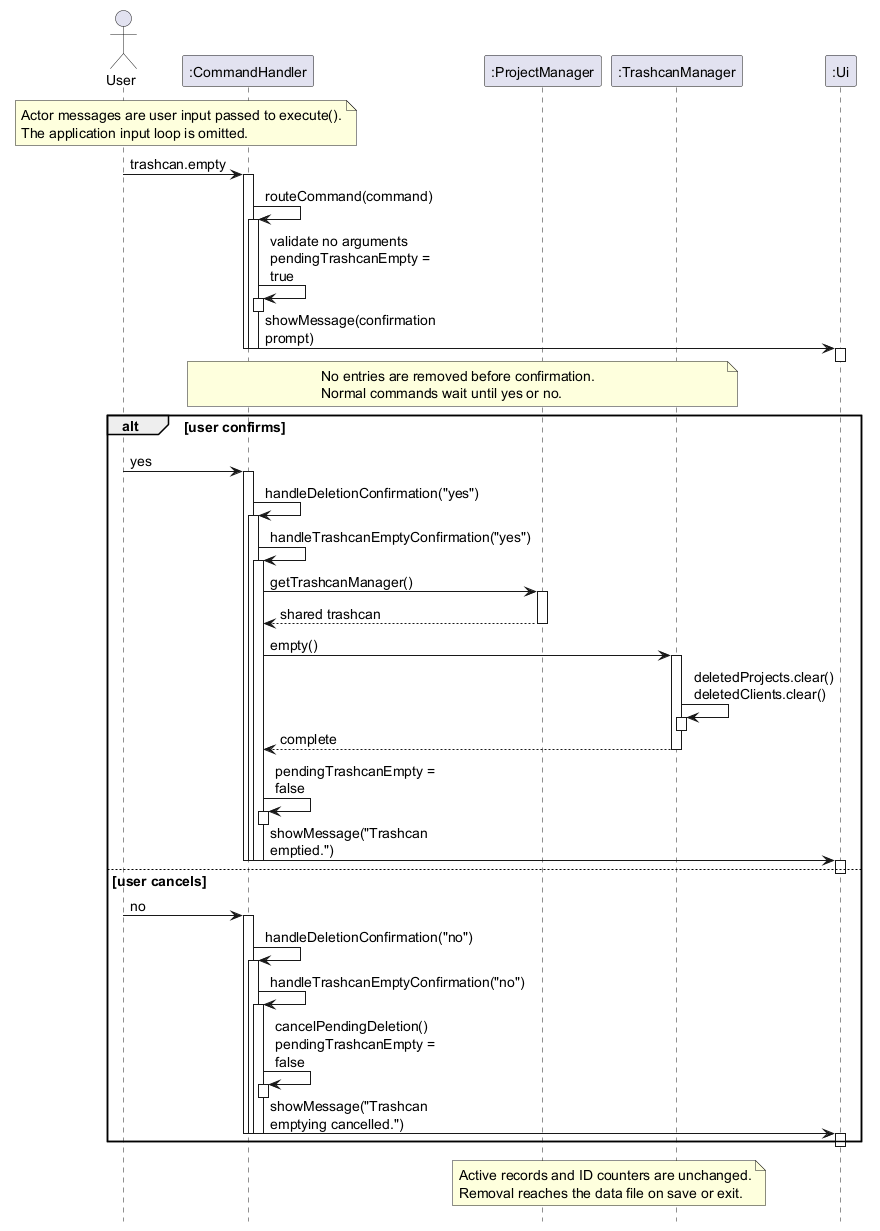
The PlantUML diagram docs/images/TrashcanEmptySequenceDiagram.png in AY2627S1-CS2113-T10-3/tp, before a commit.
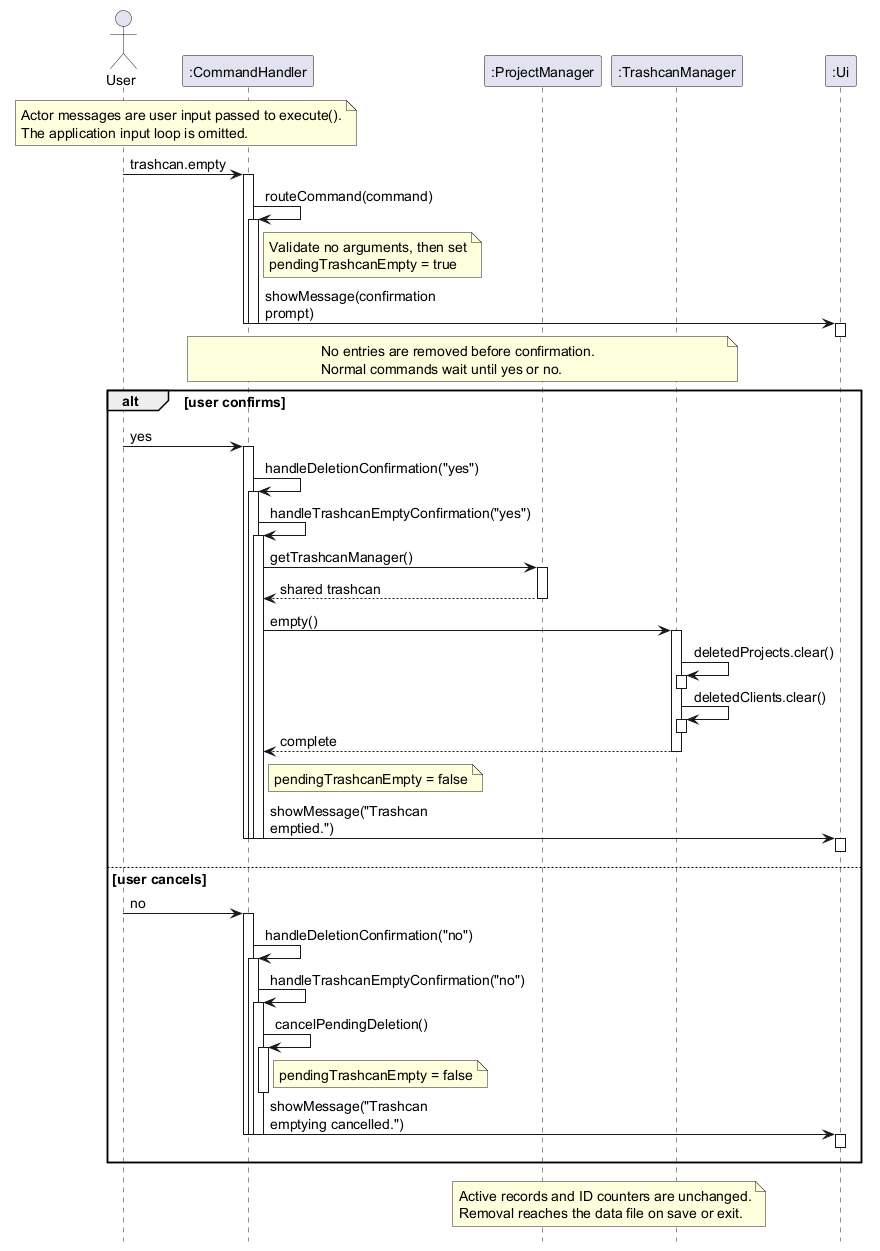
The same file after the commit.

Commit message:
Fix bugs in sequence diagrams

Change to the diagram source:
```diff
@@ -18,9 +18,10 @@
 activate CH
 CH -> CH : routeCommand(command)
 activate CH
-CH -> CH : validate no arguments\npendingTrashcanEmpty = true
-activate CH
-deactivate CH
+note right of CH
+  Validate no arguments, then set
+  pendingTrashcanEmpty = true
+end note
 CH -> UI : showMessage(confirmation prompt)
 activate UI
 deactivate UI
@@ -45,20 +46,24 @@
   deactivate PM
   CH -> TM : empty()
   activate TM
-  TM -> TM : deletedProjects.clear()\ndeletedClients.clear()
+  TM -> TM : deletedProjects.clear()
+  activate TM
+  deactivate TM
+  TM -> TM : deletedClients.clear()
   activate TM
   deactivate TM
   TM --> CH : complete
   deactivate TM
-  CH -> CH : pendingTrashcanEmpty = false
-  activate CH
-  deactivate CH
+  note right of CH
+    pendingTrashcanEmpty = false
+  end note
   CH -> UI : showMessage("Trashcan emptied.")
   activate UI
   deactivate UI
   deactivate CH
   deactivate CH
   deactivate CH
+  ||20||
 else user cancels
   User -> CH : no
   activate CH
@@ -66,8 +71,11 @@
   activate CH
   CH -> CH : handleTrashcanEmptyConfirmation("no")
   activate CH
-  CH -> CH : cancelPendingDeletion()\npendingTrashcanEmpty = false
+  CH -> CH : cancelPendingDeletion()
   activate CH
+  note right of CH
+    pendingTrashcanEmpty = false
+  end note
   deactivate CH
   CH -> UI : showMessage("Trashcan emptying cancelled.")
   activate UI
@@ -75,6 +83,7 @@
   deactivate CH
   deactivate CH
   deactivate CH
+  ||20||
 end
 
 note over PM, TM
```
